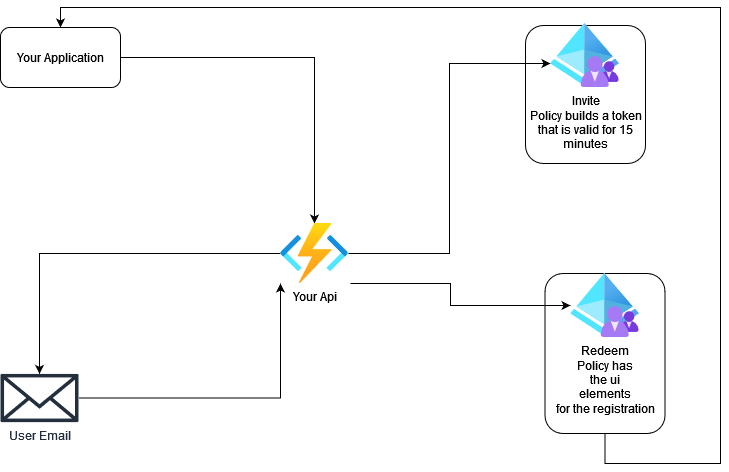
Above: assets/invite-via-email.png in imrandyk/presentations (draw.io), before the change. Source tidied: cells renumbered, new cells last; positions are measured from the earlier drawing's top-left corner, leaving out a move shared by most shapes.
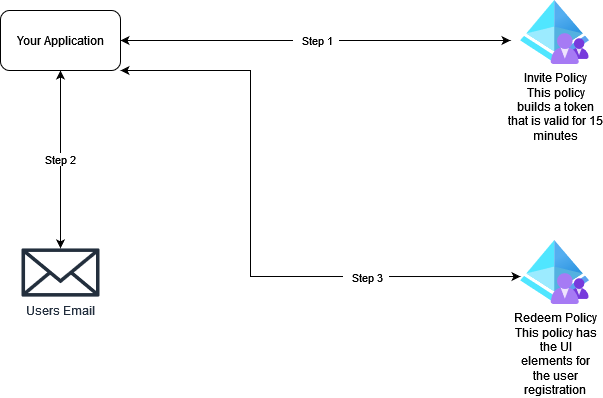
After the change.

Change to the diagram source:
```diff
@@ -1,62 +1,37 @@
 <mxGraphModel>
   <root>
-    <mxCell id="0" />
-    <mxCell id="1" parent="0" />
-    <mxCell id="2" style="rounded=1;whiteSpace=wrap;html=1;" parent="1" vertex="1">
-      <mxGeometry x="525" y="18" width="120" height="138" as="geometry" />
-    </mxCell>
-    <mxCell id="3" style="edgeStyle=orthogonalEdgeStyle;rounded=0;jettySize=auto;html=1;exitX=0.5;exitY=1;exitDx=0;exitDy=0;entryX=0.5;entryY=0;entryDx=0;entryDy=0;startArrow=none;startFill=0;" parent="1" edge="1" source="4" target="6">
-      <mxGeometry relative="1" as="geometry">
-        <Array as="points">
-          <mxPoint x="605" y="456" />
-          <mxPoint x="720" y="456" />
-          <mxPoint x="720" />
-          <mxPoint x="60" />
-        </Array>
-      </mxGeometry>
-    </mxCell>
-    <mxCell id="4" style="rounded=1;whiteSpace=wrap;html=1;" parent="1" vertex="1">
-      <mxGeometry x="544.5" y="266" width="120" height="160" as="geometry" />
-    </mxCell>
-    <mxCell id="5" style="edgeStyle=orthogonalEdgeStyle;rounded=0;jettySize=auto;html=1;exitX=1;exitY=0.5;exitDx=0;exitDy=0;startArrow=none;startFill=0;" parent="1" edge="1" source="6" target="10">
-      <mxGeometry relative="1" as="geometry" />
-    </mxCell>
+    <mxCell id="15" />
+    <mxCell id="16" parent="15" />
+    <mxCell id="17" value="&amp;nbsp;&amp;nbsp; Step 1&amp;nbsp;&amp;nbsp; " style="edgeStyle=orthogonalEdgeStyle;rounded=0;jettySize=auto;html=1;exitX=1;exitY=0.5;exitDx=0;exitDy=0;startArrow=classic;startFill=1;" parent="16" edge="1" source="6">
+      <mxGeometry relative="1" as="geometry">
+        <mxPoint x="510" y="50" as="targetPoint" />
+      </mxGeometry>
+    </mxCell>
+    <mxCell id="18" value="Step 2" style="edgeStyle=orthogonalEdgeStyle;rounded=0;jettySize=auto;html=1;exitX=0.5;exitY=1;exitDx=0;exitDy=0;startArrow=classic;startFill=1;" parent="16" edge="1" source="6" target="21">
+      <mxGeometry relative="1" as="geometry" />
+    </mxCell>
+    <mxCell id="19" style="edgeStyle=orthogonalEdgeStyle;rounded=0;jettySize=auto;html=1;exitX=1;exitY=1;exitDx=0;exitDy=0;entryX=0;entryY=0.563;entryDx=0;entryDy=0;entryPerimeter=0;startArrow=classic;startFill=1;" parent="16" edge="1" source="6" target="23">
+      <mxGeometry relative="1" as="geometry">
+        <Array as="points">
+          <mxPoint x="250" y="80" />
+          <mxPoint x="250" y="286" />
+        </Array>
+      </mxGeometry>
+    </mxCell>
+    <mxCell id="20" value="&amp;nbsp;&amp;nbsp; Step 3&amp;nbsp;&amp;nbsp; " style="edgeLabel;html=1;align=center;verticalAlign=middle;" parent="19" vertex="1">
+      <mxGeometry x="0.49" relative="1" as="geometry" />
+    </mxCell>
-    <mxCell id="6" value="&lt;div&gt;Your Application&lt;/div&gt;" style="rounded=1;whiteSpace=wrap;html=1;" parent="1" vertex="1">
+    <mxCell id="6" value="&lt;div&gt;Your Application&lt;/div&gt;" style="rounded=1;whiteSpace=wrap;html=1;" parent="16" vertex="1">
       <mxGeometry y="20" width="120" height="60" as="geometry" />
     </mxCell>
-    <mxCell id="7" style="edgeStyle=orthogonalEdgeStyle;rounded=0;jettySize=auto;html=1;entryX=0;entryY=0.625;entryDx=0;entryDy=0;entryPerimeter=0;startArrow=none;startFill=0;" parent="1" edge="1" source="10" target="11">
-      <mxGeometry relative="1" as="geometry" />
-    </mxCell>
-    <mxCell id="8" style="edgeStyle=orthogonalEdgeStyle;rounded=0;jettySize=auto;html=1;startArrow=none;startFill=0;" parent="1" edge="1" source="10" target="14">
-      <mxGeometry relative="1" as="geometry" />
-    </mxCell>
-    <mxCell id="9" style="edgeStyle=orthogonalEdgeStyle;rounded=0;jettySize=auto;html=1;startArrow=none;startFill=0;" parent="1" edge="1" target="12">
-      <mxGeometry relative="1" as="geometry">
-        <mxPoint x="350" y="276" as="sourcePoint" />
-        <Array as="points">
-          <mxPoint x="450" y="276" />
-          <mxPoint x="450" y="298" />
-        </Array>
-      </mxGeometry>
-    </mxCell>
-    <mxCell id="10" value="&lt;div&gt;Your Api&lt;/div&gt;" style="html=1;points=[];align=center;image;fontSize=12;image=img/lib/azure2/iot/Function_Apps.svg;" parent="1" vertex="1">
-      <mxGeometry x="280" y="216" width="68" height="60" as="geometry" />
-    </mxCell>
-    <mxCell id="11" value="&lt;div&gt;Invite&lt;/div&gt;&lt;div&gt;Policy builds a token&lt;/div&gt;&lt;div&gt;that is valid for 15&lt;/div&gt;&lt;div&gt;minutes &lt;br&gt;&lt;/div&gt;" style="html=1;points=[];align=center;image;fontSize=12;image=img/lib/azure2/identity/Azure_AD_B2C.svg;" parent="1" vertex="1">
-      <mxGeometry x="550" y="16" width="69" height="64" as="geometry" />
-    </mxCell>
-    <mxCell id="12" value="&lt;div&gt;Redeem &lt;br&gt;&lt;/div&gt;&lt;div&gt;Policy has &lt;br&gt;&lt;/div&gt;&lt;div&gt;the ui &lt;br&gt;&lt;/div&gt;&lt;div&gt;elements &lt;br&gt;&lt;/div&gt;&lt;div&gt;for the registration&lt;br&gt;&lt;/div&gt;" style="html=1;points=[];align=center;image;fontSize=12;image=img/lib/azure2/identity/Azure_AD_B2C.svg;" parent="1" vertex="1">
-      <mxGeometry x="570" y="266" width="69" height="64" as="geometry" />
-    </mxCell>
-    <mxCell id="13" style="edgeStyle=orthogonalEdgeStyle;rounded=0;jettySize=auto;html=1;startArrow=none;startFill=0;" parent="1" edge="1" source="14" target="10">
-      <mxGeometry relative="1" as="geometry">
-        <Array as="points">
-          <mxPoint x="280" y="391" />
-        </Array>
-      </mxGeometry>
-    </mxCell>
-    <mxCell id="14" value="User Email" style="sketch=0;outlineConnect=0;fontColor=#232F3E;gradientColor=none;fillColor=#232F3D;strokeColor=none;dashed=0;verticalLabelPosition=bottom;verticalAlign=top;align=center;html=1;fontSize=12;fontStyle=0;shape=mxgraph.aws4.email_2;" parent="1" vertex="1">
-      <mxGeometry y="366" width="78" height="49" as="geometry" />
-    </mxCell>
+    <mxCell id="21" value="Users Email" style="sketch=0;outlineConnect=0;fontColor=#232F3E;gradientColor=none;fillColor=#232F3D;strokeColor=none;dashed=0;verticalLabelPosition=bottom;verticalAlign=top;align=center;html=1;fontSize=12;fontStyle=0;shape=mxgraph.aws4.email_2;" parent="16" vertex="1">
+      <mxGeometry x="21" y="257.5" width="78" height="49" as="geometry" />
+    </mxCell>
+    <mxCell id="22" value="&lt;div&gt;Invite Policy&lt;/div&gt;&lt;div&gt;This policy&lt;/div&gt;&lt;div&gt;builds a token&lt;/div&gt;&lt;div&gt;that is valid for 15&lt;/div&gt;&lt;div&gt;minutes&lt;br&gt;&lt;/div&gt;" style="html=1;align=center;image;fontSize=12;image=img/lib/azure2/identity/Azure_AD_B2C.svg;" parent="16" vertex="1">
+      <mxGeometry x="520" y="10" width="69" height="64" as="geometry" />
+    </mxCell>
+    <mxCell id="23" value="&lt;div&gt;Redeem Policy&lt;/div&gt;&lt;div&gt;This policy has&lt;/div&gt;&lt;div&gt;the UI&lt;/div&gt;&lt;div&gt;elements for &lt;br&gt;&lt;/div&gt;&lt;div&gt;the user&lt;/div&gt;&lt;div&gt;registration&lt;br&gt;&lt;/div&gt;" style="html=1;points=[];align=center;image;fontSize=12;image=img/lib/azure2/identity/Azure_AD_B2C.svg;" parent="16" vertex="1">
+      <mxGeometry x="520" y="250" width="69" height="64" as="geometry" />
+    </mxCell>
   </root>
 </mxGraphModel>
```
